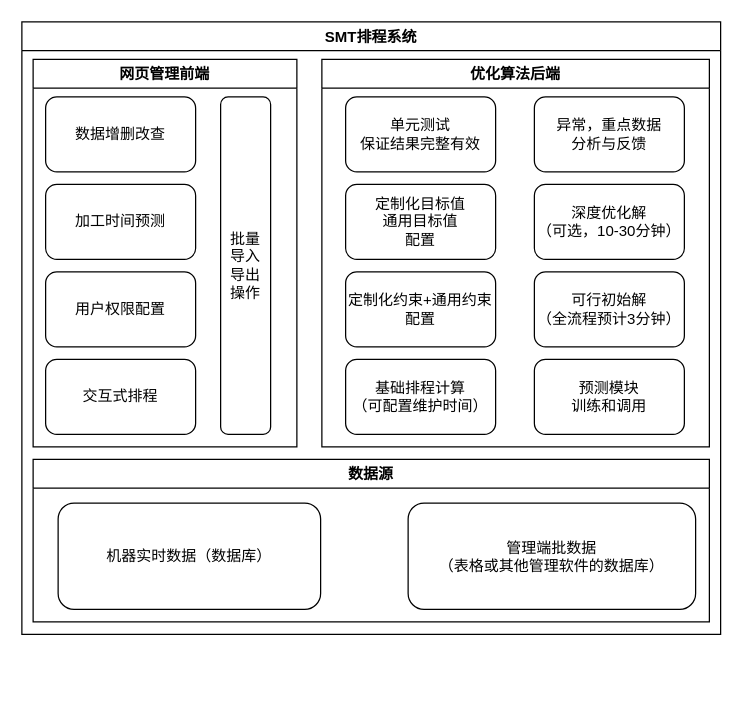
Earlier version of the draw.io diagram Untitled Diagram.drawio (Iamfxz/draw). Source tidied: cells renumbered, new cells numbered last; positions are measured from the earlier drawing's top-left corner, leaving out a move shared by most shapes. Both pictures are drawn from the tidied source at 125%, with x=0, y=0 at pixel (21, 21).
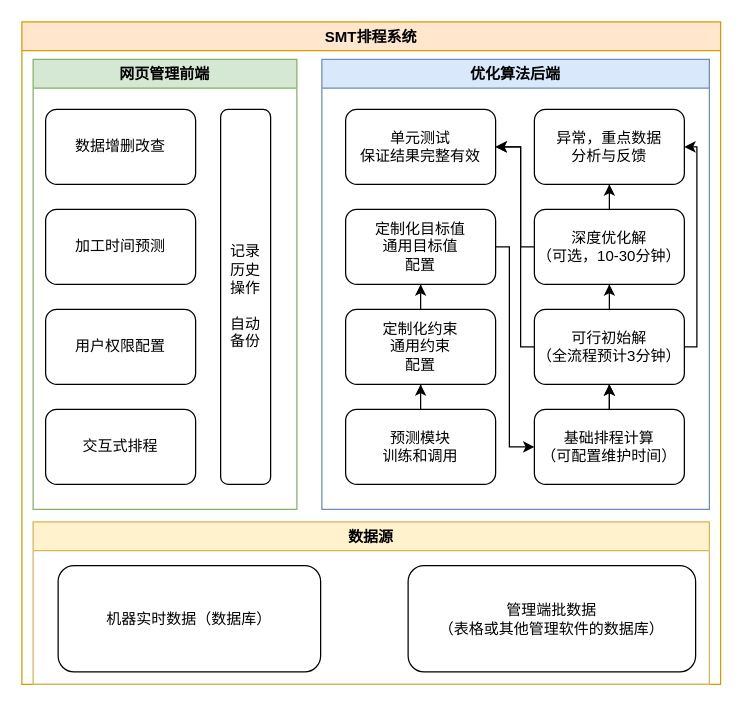
After the change.

The edit, as a diff of the source:
```diff
@@
-    <mxCell id="2" value="SMT排程系统" style="swimlane;" parent="1" vertex="1">
-      <mxGeometry width="559" height="490" as="geometry" />
+    <mxCell id="2" value="SMT排程系统" style="swimlane;fillColor=#ffe6cc;strokeColor=#d79b00;" parent="1" vertex="1">
+      <mxGeometry width="559" height="530" as="geometry" />
     </mxCell>
-    <mxCell id="3" value="数据源" style="swimlane;" parent="2" vertex="1">
-      <mxGeometry x="9" y="350" width="541" height="130" as="geometry" />
+    <mxCell id="3" value="数据源" style="swimlane;fillColor=#fff2cc;strokeColor=#d6b656;" parent="2" vertex="1">
+      <mxGeometry x="9" y="400" width="541" height="130" as="geometry" />
     </mxCell>
@@
-    <mxCell id="6" value="网页管理前端" style="swimlane;" parent="2" vertex="1">
-      <mxGeometry x="9" y="30" width="211" height="310" as="geometry" />
+    <mxCell id="6" value="网页管理前端" style="swimlane;fillColor=#d5e8d4;strokeColor=#82b366;" parent="2" vertex="1">
+      <mxGeometry x="9" y="30" width="211" height="360" as="geometry" />
     </mxCell>
     <mxCell id="7" value="数据增删改查" style="rounded=1;whiteSpace=wrap;html=1;" parent="6" vertex="1">
-      <mxGeometry x="10" y="30" width="120" height="60" as="geometry" />
+      <mxGeometry x="10" y="40" width="120" height="60" as="geometry" />
     </mxCell>
     <mxCell id="8" value="加工时间预测" style="rounded=1;whiteSpace=wrap;html=1;" parent="6" vertex="1">
-      <mxGeometry x="10" y="100" width="120" height="60" as="geometry" />
+      <mxGeometry x="10" y="120" width="120" height="60" as="geometry" />
     </mxCell>
     <mxCell id="9" value="用户权限配置" style="rounded=1;whiteSpace=wrap;html=1;" parent="6" vertex="1">
-      <mxGeometry x="10" y="170" width="120" height="60" as="geometry" />
+      <mxGeometry x="10" y="200" width="120" height="60" as="geometry" />
     </mxCell>
     <mxCell id="10" value="交互式排程" style="rounded=1;whiteSpace=wrap;html=1;" parent="6" vertex="1">
-      <mxGeometry x="10" y="240" width="120" height="60" as="geometry" />
+      <mxGeometry x="10" y="280" width="120" height="60" as="geometry" />
     </mxCell>
-    <mxCell id="11" value="批量&lt;br&gt;导入&lt;br&gt;导出&lt;br&gt;操作" style="rounded=1;whiteSpace=wrap;html=1;" parent="6" vertex="1">
-      <mxGeometry x="150" y="30" width="40" height="270" as="geometry" />
+    <mxCell id="11" value="记录&lt;br&gt;历史&lt;br&gt;操作&lt;br&gt;&lt;br&gt;自动&lt;br&gt;备份&lt;br&gt;" style="rounded=1;whiteSpace=wrap;html=1;" parent="6" vertex="1">
+      <mxGeometry x="150" y="40" width="40" height="300" as="geometry" />
     </mxCell>
-    <mxCell id="12" value="优化算法后端" style="swimlane;" parent="2" vertex="1">
-      <mxGeometry x="240" y="30" width="310" height="310" as="geometry" />
+    <mxCell id="12" value="优化算法后端" style="swimlane;fillColor=#dae8fc;strokeColor=#6c8ebf;" parent="2" vertex="1">
+      <mxGeometry x="240" y="30" width="310" height="360" as="geometry" />
     </mxCell>
+    <mxCell id="21" style="edgeStyle=orthogonalEdgeStyle;rounded=0;jettySize=auto;html=1;entryX=0.5;entryY=1;entryDx=0;entryDy=0;startArrow=none;" parent="12" edge="1" source="15" target="16">
+      <mxGeometry relative="1" as="geometry" />
+    </mxCell>
+    <mxCell id="22" style="edgeStyle=orthogonalEdgeStyle;rounded=0;jettySize=auto;html=1;entryX=0.5;entryY=1;entryDx=0;entryDy=0;" parent="12" edge="1" source="13" target="18">
+      <mxGeometry relative="1" as="geometry" />
+    </mxCell>
+    <mxCell id="23" style="edgeStyle=orthogonalEdgeStyle;rounded=0;jettySize=auto;html=1;" parent="12" edge="1" source="13" target="18">
+      <mxGeometry relative="1" as="geometry" />
+    </mxCell>
     <mxCell id="13" value="基础排程计算&lt;br&gt;（可配置维护时间）" style="rounded=1;whiteSpace=wrap;html=1;" parent="12" vertex="1">
-      <mxGeometry x="19" y="240" width="120" height="60" as="geometry" />
+      <mxGeometry x="170" y="280" width="120" height="60" as="geometry" />
     </mxCell>
     <mxCell id="14" value="单元测试&lt;br&gt;保证结果完整有效" style="rounded=1;whiteSpace=wrap;html=1;" parent="12" vertex="1">
-      <mxGeometry x="19" y="30" width="120" height="60" as="geometry" />
+      <mxGeometry x="19" y="40" width="120" height="60" as="geometry" />
     </mxCell>
-    <mxCell id="15" value="预测模块&lt;br&gt;训练和调用" style="rounded=1;whiteSpace=wrap;html=1;" parent="12" vertex="1">
-      <mxGeometry x="170" y="240" width="120" height="60" as="geometry" />
-    </mxCell>
+    <mxCell id="24" style="edgeStyle=orthogonalEdgeStyle;rounded=0;jettySize=auto;html=1;" parent="12" edge="1" source="16" target="17">
+      <mxGeometry relative="1" as="geometry" />
+    </mxCell>
-    <mxCell id="16" value="定制化约束+通用约束配置" style="rounded=1;whiteSpace=wrap;html=1;" parent="12" vertex="1">
-      <mxGeometry x="19" y="170" width="120" height="60" as="geometry" />
+    <mxCell id="16" value="定制化约束&lt;br&gt;通用约束&lt;br&gt;配置" style="rounded=1;whiteSpace=wrap;html=1;" parent="12" vertex="1">
+      <mxGeometry x="19" y="200" width="120" height="60" as="geometry" />
     </mxCell>
+    <mxCell id="25" style="edgeStyle=orthogonalEdgeStyle;rounded=0;jettySize=auto;html=1;entryX=0;entryY=0.5;entryDx=0;entryDy=0;" parent="12" edge="1" source="17" target="13">
+      <mxGeometry relative="1" as="geometry">
+        <Array as="points">
+          <mxPoint x="150" y="150" />
+          <mxPoint x="150" y="310" />
+        </Array>
+      </mxGeometry>
+    </mxCell>
     <mxCell id="17" value="定制化目标值&lt;br&gt;通用目标值&lt;br&gt;配置" style="rounded=1;whiteSpace=wrap;html=1;" parent="12" vertex="1">
-      <mxGeometry x="19" y="100" width="120" height="60" as="geometry" />
+      <mxGeometry x="19" y="120" width="120" height="60" as="geometry" />
     </mxCell>
+    <mxCell id="26" style="edgeStyle=orthogonalEdgeStyle;rounded=0;jettySize=auto;html=1;" parent="12" edge="1" source="18" target="19">
+      <mxGeometry relative="1" as="geometry" />
+    </mxCell>
+    <mxCell id="27" style="edgeStyle=orthogonalEdgeStyle;rounded=0;jettySize=auto;html=1;entryX=1;entryY=0.5;entryDx=0;entryDy=0;" parent="12" edge="1" source="18" target="20">
+      <mxGeometry relative="1" as="geometry">
+        <Array as="points">
+          <mxPoint x="300" y="230" />
+          <mxPoint x="300" y="70" />
+        </Array>
+      </mxGeometry>
+    </mxCell>
+    <mxCell id="28" style="edgeStyle=orthogonalEdgeStyle;rounded=0;jettySize=auto;html=1;entryX=1;entryY=0.5;entryDx=0;entryDy=0;" parent="12" edge="1" source="18" target="14">
+      <mxGeometry relative="1" as="geometry">
+        <Array as="points">
+          <mxPoint x="159" y="230" />
+          <mxPoint x="159" y="70" />
+        </Array>
+      </mxGeometry>
+    </mxCell>
     <mxCell id="18" value="可行初始解&lt;br&gt;（全流程预计3分钟）" style="rounded=1;whiteSpace=wrap;html=1;" parent="12" vertex="1">
-      <mxGeometry x="170" y="170" width="120" height="60" as="geometry" />
+      <mxGeometry x="170" y="200" width="120" height="60" as="geometry" />
     </mxCell>
+    <mxCell id="29" style="edgeStyle=orthogonalEdgeStyle;rounded=0;jettySize=auto;html=1;" parent="12" edge="1" source="19" target="20">
+      <mxGeometry relative="1" as="geometry" />
+    </mxCell>
+    <mxCell id="30" style="edgeStyle=orthogonalEdgeStyle;rounded=0;jettySize=auto;html=1;entryX=1;entryY=0.5;entryDx=0;entryDy=0;" parent="12" edge="1" source="19" target="14">
+      <mxGeometry relative="1" as="geometry">
+        <Array as="points">
+          <mxPoint x="159" y="150" />
+          <mxPoint x="159" y="70" />
+        </Array>
+      </mxGeometry>
+    </mxCell>
     <mxCell id="19" value="深度优化解&lt;br&gt;（可选，10-30分钟）" style="rounded=1;whiteSpace=wrap;html=1;" parent="12" vertex="1">
-      <mxGeometry x="170" y="100" width="120" height="60" as="geometry" />
+      <mxGeometry x="170" y="120" width="120" height="60" as="geometry" />
     </mxCell>
     <mxCell id="20" value="异常，重点数据&lt;br&gt;分析与反馈" style="rounded=1;whiteSpace=wrap;html=1;" parent="12" vertex="1">
-      <mxGeometry x="170" y="30" width="120" height="60" as="geometry" />
+      <mxGeometry x="170" y="40" width="120" height="60" as="geometry" />
     </mxCell>
+    <mxCell id="15" value="预测模块&lt;br&gt;训练和调用" style="rounded=1;whiteSpace=wrap;html=1;" parent="12" vertex="1">
+      <mxGeometry x="19" y="280" width="120" height="60" as="geometry" />
+    </mxCell>
```
